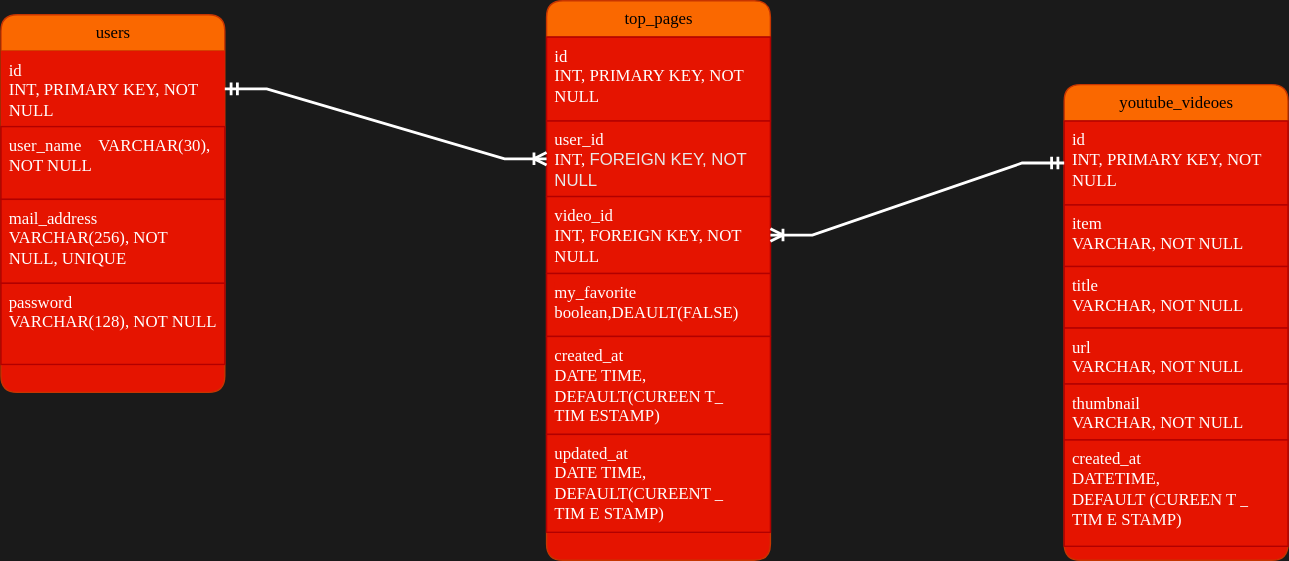
Earlier version of the draw.io export back/design-document/Hackathon_TeamD.drawio.svg (RareTECH-Hackathon-D-Team2024Autumn/stretch-app). Source tidied: cells renumbered, new cells last; positions are measured from the earlier drawing's top-left corner, leaving out a move shared by most shapes.
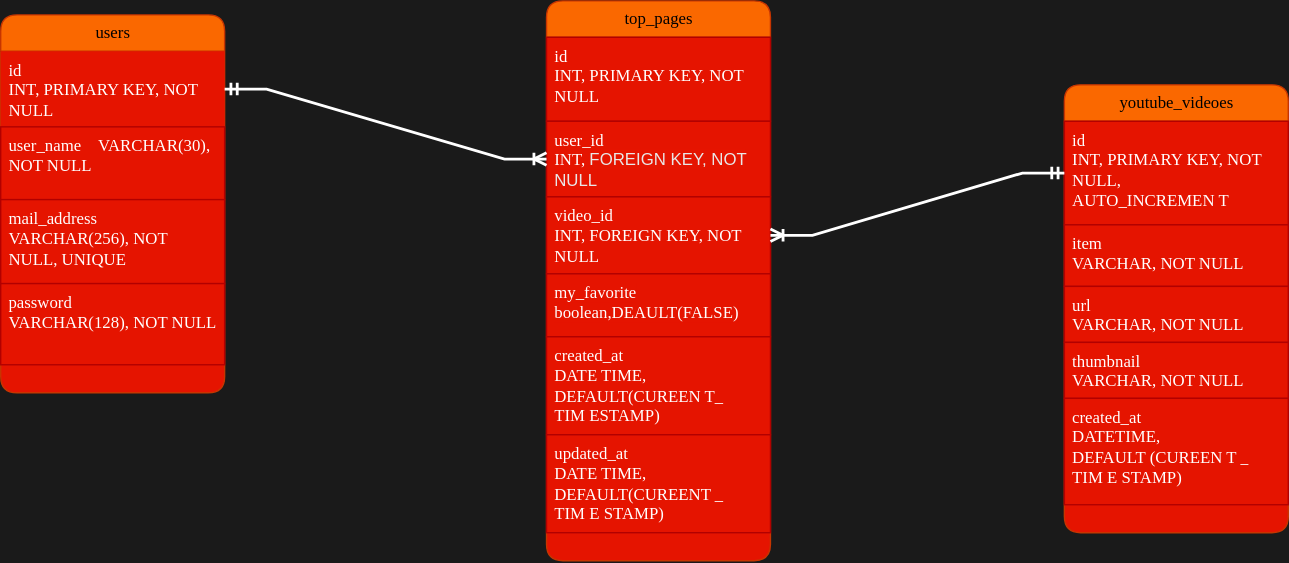
The same file after the commit.

What changed in the source:
```diff
@@ -39,25 +39,22 @@
       <mxGeometry y="310" width="160" height="70" as="geometry" />
     </mxCell>
     <mxCell id="14" value="youtube_videoes" style="swimlane;html=1;fontStyle=0;horizontal=1;startSize=26;fillColor=#fa6800;swimlaneFillColor=#E51400;align=center;rounded=1;shadow=0;comic=0;labelBackgroundColor=none;strokeWidth=1;fontFamily=Verdana;fontSize=12;strokeColor=#C73500;fontColor=#000000;" parent="1" vertex="1">
-      <mxGeometry x="760" y="60" width="160" height="340" as="geometry" />
+      <mxGeometry x="760" y="60" width="160" height="320" as="geometry" />
     </mxCell>
-    <mxCell id="15" value="&lt;div&gt;id&lt;/div&gt;&lt;div&gt;INT, PRIMARY KEY, NOT NULL&lt;/div&gt;" style="text;html=1;strokeColor=#B20000;fillColor=#e51400;spacingLeft=4;spacingRight=4;whiteSpace=wrap;overflow=hidden;points=[[0,0.5],[1,0.5]];portConstraint=eastwest;rounded=0;labelBackgroundColor=none;fontColor=#ffffff;fontFamily=Verdana;" parent="14" vertex="1">
-      <mxGeometry y="26" width="160" height="60" as="geometry" />
+    <mxCell id="15" value="&lt;div&gt;id&lt;/div&gt;&lt;div&gt;INT, PRIMARY KEY, NOT NULL,&amp;nbsp;&lt;/div&gt;&lt;div&gt;AUTO_INCREMEN&lt;span style=&quot;background-color: initial;&quot;&gt;T&lt;/span&gt;&lt;/div&gt;" style="text;html=1;strokeColor=#B20000;fillColor=#e51400;spacingLeft=4;spacingRight=4;whiteSpace=wrap;overflow=hidden;points=[[0,0.5],[1,0.5]];portConstraint=eastwest;rounded=0;labelBackgroundColor=none;fontColor=#ffffff;fontFamily=Verdana;" parent="14" vertex="1">
+      <mxGeometry y="26" width="160" height="74" as="geometry" />
     </mxCell>
     <mxCell id="16" value="&lt;div style=&quot;&quot;&gt;&lt;font style=&quot;font-size: 12px;&quot;&gt;item&lt;/font&gt;&lt;/div&gt;&lt;div style=&quot;&quot;&gt;&lt;font style=&quot;font-size: 12px;&quot;&gt;VARCHAR, NOT NULL&lt;/font&gt;&lt;/div&gt;" style="text;html=1;strokeColor=#B20000;fillColor=#e51400;spacingLeft=4;spacingRight=4;whiteSpace=wrap;overflow=hidden;rounded=0;labelBackgroundColor=none;fontColor=#ffffff;fontFamily=Verdana;" parent="14" vertex="1">
-      <mxGeometry y="86" width="160" height="44" as="geometry" />
+      <mxGeometry y="100" width="160" height="44" as="geometry" />
     </mxCell>
-    <mxCell id="17" value="title&lt;div&gt;VARCHAR, NOT NULL&lt;/div&gt;" style="text;html=1;strokeColor=#B20000;fillColor=#e51400;spacingLeft=4;spacingRight=4;whiteSpace=wrap;overflow=hidden;rounded=0;labelBackgroundColor=none;fontColor=#ffffff;fontFamily=Verdana;" parent="14" vertex="1">
-      <mxGeometry y="130" width="160" height="44" as="geometry" />
-    </mxCell>
     <mxCell id="18" value="url&lt;div&gt;VARCHAR, NOT NULL&lt;/div&gt;" style="text;html=1;strokeColor=#B20000;fillColor=#e51400;spacingLeft=4;spacingRight=4;whiteSpace=wrap;overflow=hidden;rounded=0;labelBackgroundColor=none;fontColor=#ffffff;fontFamily=Verdana;" parent="14" vertex="1">
-      <mxGeometry y="174" width="160" height="40" as="geometry" />
+      <mxGeometry y="144" width="160" height="40" as="geometry" />
     </mxCell>
     <mxCell id="19" value="thumbnail&lt;div&gt;VARCHAR, NOT NULL&lt;/div&gt;" style="text;html=1;strokeColor=#B20000;fillColor=#e51400;spacingLeft=4;spacingRight=4;whiteSpace=wrap;overflow=hidden;rounded=0;labelBackgroundColor=none;fontColor=#ffffff;fontFamily=Verdana;" parent="14" vertex="1">
-      <mxGeometry y="214" width="160" height="40" as="geometry" />
+      <mxGeometry y="184" width="160" height="40" as="geometry" />
     </mxCell>
     <mxCell id="20" value="created_at&lt;div&gt;DATETIME,&amp;nbsp;&lt;/div&gt;&lt;div&gt;&lt;span style=&quot;background-color: initial;&quot;&gt;DEFAULT&lt;/span&gt;&lt;span style=&quot;background-color: initial;&quot;&gt;(CUREEN&lt;/span&gt;&lt;span style=&quot;background-color: initial;&quot;&gt;T&lt;/span&gt;&lt;span style=&quot;background-color: initial;&quot;&gt;_&lt;/span&gt;&lt;/div&gt;&lt;div&gt;&lt;span style=&quot;background-color: initial;&quot;&gt;TIM&lt;/span&gt;&lt;span style=&quot;background-color: initial;&quot;&gt;E&lt;/span&gt;&lt;span style=&quot;background-color: initial;&quot;&gt;STAMP)&lt;/span&gt;&lt;/div&gt;" style="text;html=1;strokeColor=#B20000;fillColor=#e51400;spacingLeft=4;spacingRight=4;whiteSpace=wrap;overflow=hidden;rounded=0;labelBackgroundColor=none;fontColor=#ffffff;fontFamily=Verdana;" parent="14" vertex="1">
-      <mxGeometry y="254" width="160" height="76" as="geometry" />
+      <mxGeometry y="224" width="160" height="76" as="geometry" />
     </mxCell>
     <mxCell id="21" style="edgeStyle=entityRelationEdgeStyle;fontSize=12;html=1;endArrow=ERmandOne;startArrow=ERoneToMany;rounded=0;strokeColor=#FFFFFF;fontColor=#393C56;fillColor=#F2CC8F;exitX=0;exitY=0.5;exitDx=0;exitDy=0;entryX=1;entryY=0.5;entryDx=0;entryDy=0;strokeWidth=2;fontFamily=Verdana;startFill=0;endFill=0;" parent="1" edge="1" source="9" target="3">
       <mxGeometry relative="1" as="geometry" />
```
